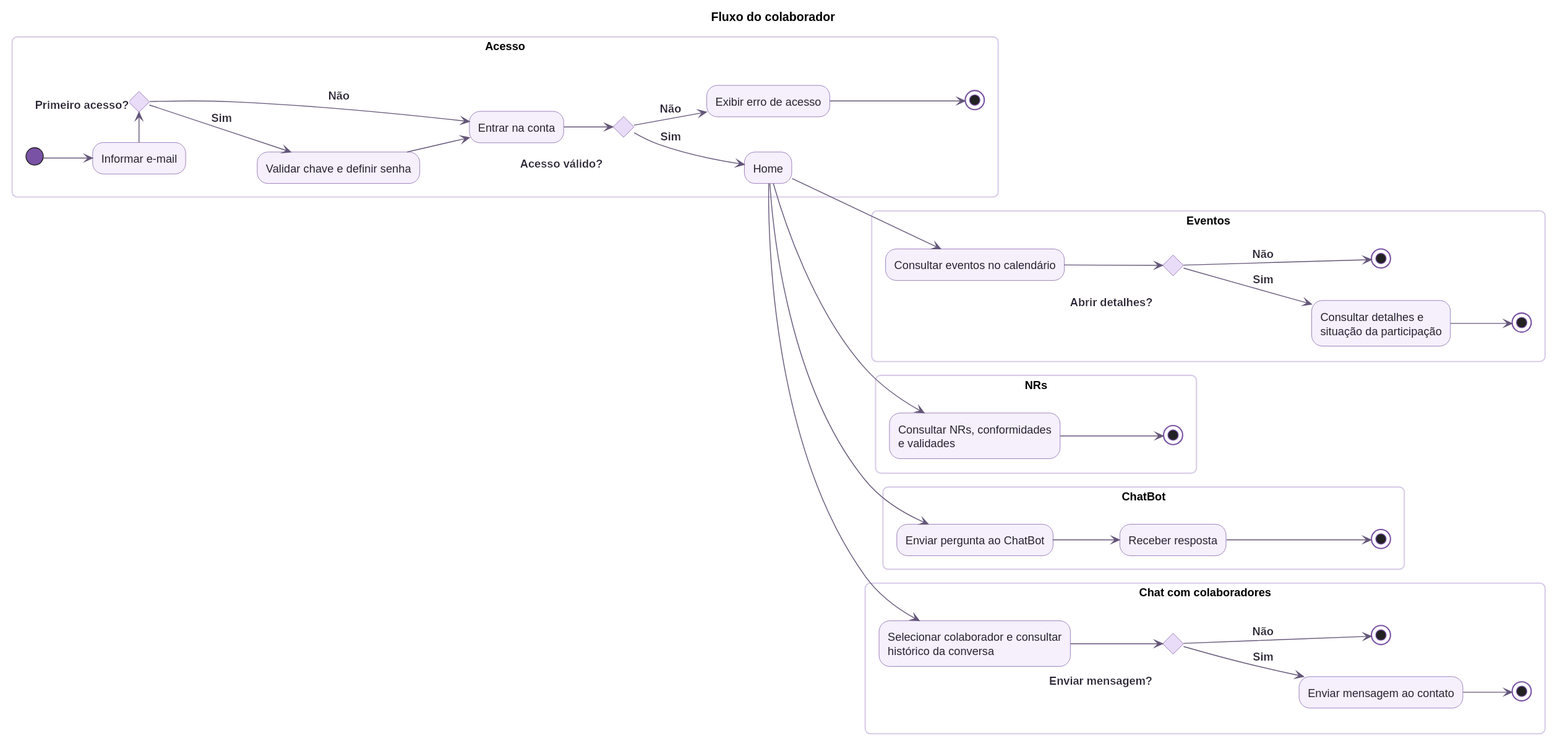
Earlier version of the PlantUML export diagrams/rendered/fluxo_colaborador.svg (Astro-Inter/astro-eqs-diagrams).
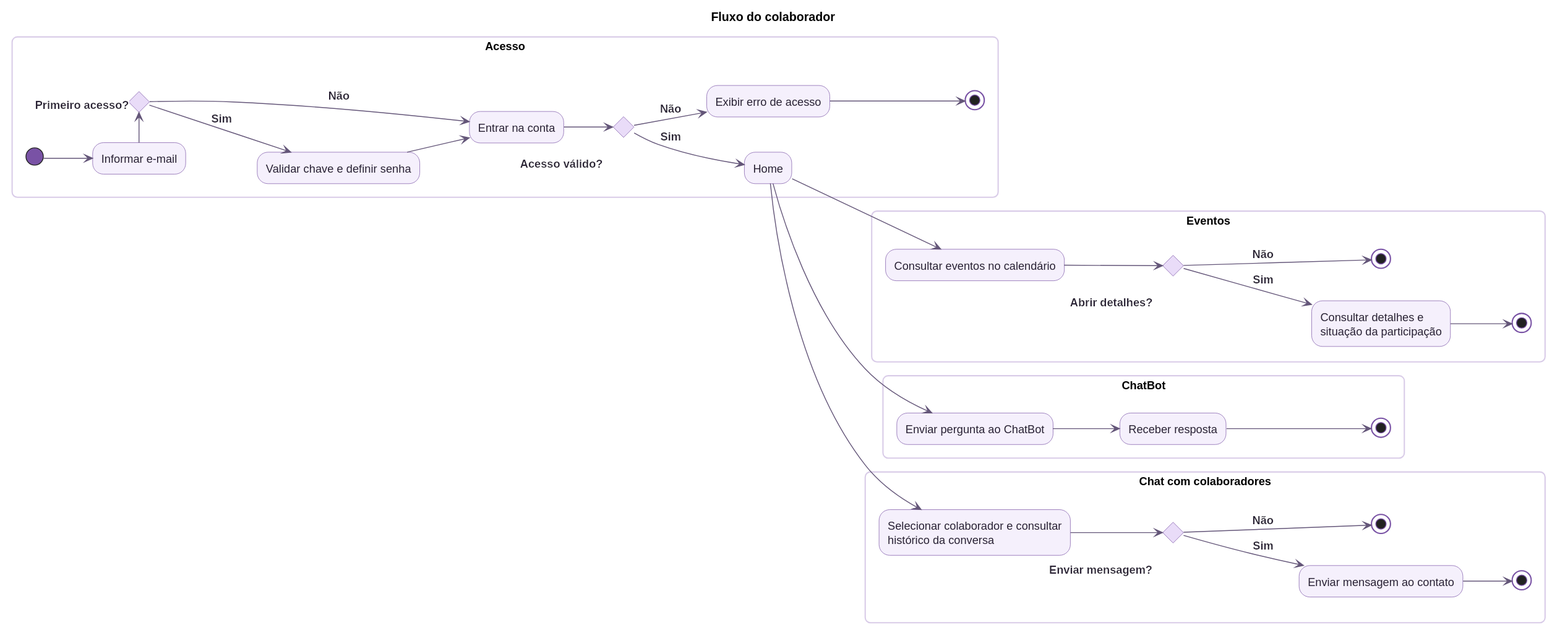
Above is the later version.

Commit message:
docs(SCRUM-558): remover consulta de nrs do fluxo do colaborador

Diff of the diagram source:
```diff
@@ -33,11 +33,6 @@
   endif
 }
 
-partition "NRs" {
-  home --> "Consultar NRs, conformidades\ne validades" as nrs
-  --> (*4)
-}
-
 partition "ChatBot" {
   home --> "Enviar pergunta ao ChatBot" as pergunta
   --> "Receber resposta" as resposta
```
